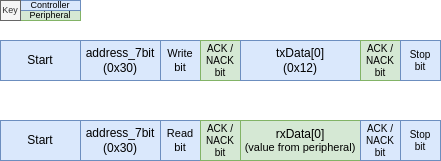
Above: docs/modules/peripherals/images/I2C_Controller_Transfer.png in AdamVeazey/edf (draw.io), before the change. Source tidied: cells renumbered, new cells last; positions are measured from the earlier drawing's top-left corner, leaving out a move shared by most shapes.
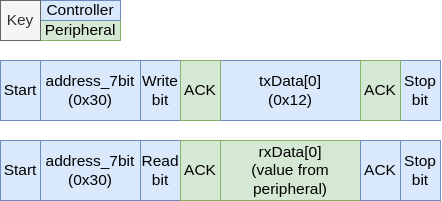
After the change.

The edit, as a diff of the source:
```diff
@@ -2,56 +2,56 @@
   <root>
     <mxCell id="0" />
     <mxCell id="1" parent="0" />
+    <mxCell id="8" value="txData[0]&lt;div style=&quot;font-size: 15.5px;&quot;&gt;(0x12)&lt;/div&gt;" style="rounded=0;whiteSpace=wrap;html=1;fillColor=#dae8fc;strokeColor=#6c8ebf;fontSize=15.5;" parent="1" vertex="1">
+      <mxGeometry x="220" y="60" width="140" height="60" as="geometry" />
+    </mxCell>
+    <mxCell id="14" value="rxData[0]&lt;div style=&quot;font-size: 15.5px;&quot;&gt;(value from peripheral)&lt;/div&gt;" style="rounded=0;whiteSpace=wrap;html=1;fillColor=#d5e8d4;strokeColor=#82b366;fontSize=15.5;" parent="1" vertex="1">
+      <mxGeometry x="220" y="140" width="140" height="60" as="geometry" />
+    </mxCell>
+    <mxCell id="16" value="Stop&lt;br style=&quot;font-size: 15.5px;&quot;&gt;bit" style="rounded=0;whiteSpace=wrap;html=1;fontSize=15.5;fillColor=#dae8fc;strokeColor=#6c8ebf;" parent="1" vertex="1">
+      <mxGeometry x="400" y="60" width="40" height="60" as="geometry" />
+    </mxCell>
-    <mxCell id="2" value="Peripheral" style="rounded=0;whiteSpace=wrap;html=1;fillColor=#d5e8d4;strokeColor=#82b366;fontSize=9;" parent="1" vertex="1">
-      <mxGeometry x="20" y="10" width="60" height="10" as="geometry" />
+    <mxCell id="2" value="Peripheral" style="rounded=0;whiteSpace=wrap;html=1;fillColor=#d5e8d4;strokeColor=#82b366;fontSize=15.5;fontFamily=Helvetica;labelBorderColor=none;" parent="1" vertex="1">
+      <mxGeometry x="40" y="20" width="80" height="20" as="geometry" />
     </mxCell>
-    <mxCell id="3" value="Controller" style="rounded=0;whiteSpace=wrap;html=1;fillColor=#dae8fc;strokeColor=#6c8ebf;fontSize=9;" parent="1" vertex="1">
-      <mxGeometry x="20" width="60" height="10" as="geometry" />
+    <mxCell id="3" value="Controller" style="rounded=0;whiteSpace=wrap;html=1;fillColor=#dae8fc;strokeColor=#6c8ebf;fontSize=15.5;fontFamily=Helvetica;labelBorderColor=none;" parent="1" vertex="1">
+      <mxGeometry x="40" width="80" height="20" as="geometry" />
     </mxCell>
-    <mxCell id="4" value="Start" style="rounded=0;whiteSpace=wrap;html=1;fillColor=#dae8fc;strokeColor=#6c8ebf;fontSize=12;" parent="1" vertex="1">
-      <mxGeometry y="40" width="80" height="40" as="geometry" />
-    </mxCell>
-    <mxCell id="5" value="address_7bit&lt;div&gt;(0x30)&lt;/div&gt;" style="rounded=0;whiteSpace=wrap;html=1;fillColor=#dae8fc;strokeColor=#6c8ebf;fontSize=12;" parent="1" vertex="1">
-      <mxGeometry x="80" y="40" width="80" height="40" as="geometry" />
-    </mxCell>
+    <mxCell id="18" value="Key" style="rounded=0;whiteSpace=wrap;html=1;fontSize=15.5;fillColor=#f5f5f5;fontColor=#333333;strokeColor=#666666;fontFamily=Helvetica;labelBorderColor=none;" parent="1" vertex="1">
+      <mxGeometry width="40" height="40" as="geometry" />
+    </mxCell>
+    <mxCell id="19" value="Start" style="rounded=0;whiteSpace=wrap;html=1;fillColor=#dae8fc;strokeColor=#6c8ebf;fontSize=15.5;fontFamily=Helvetica;labelBorderColor=none;" parent="1" vertex="1">
+      <mxGeometry y="60" width="40" height="60" as="geometry" />
+    </mxCell>
+    <mxCell id="20" value="address_7bit&lt;br style=&quot;font-size: 15.5px;&quot;&gt;(0x30)" style="rounded=0;whiteSpace=wrap;html=1;fillColor=#dae8fc;strokeColor=#6c8ebf;fontSize=15.5;" parent="1" vertex="1">
+      <mxGeometry x="40" y="60" width="100" height="60" as="geometry" />
+    </mxCell>
-    <mxCell id="6" value="Write bit" style="rounded=0;whiteSpace=wrap;html=1;fontSize=11;fillColor=#dae8fc;strokeColor=#6c8ebf;" parent="1" vertex="1">
-      <mxGeometry x="160" y="40" width="40" height="40" as="geometry" />
+    <mxCell id="6" value="Write bit" style="rounded=0;whiteSpace=wrap;html=1;fontSize=15.5;fillColor=#dae8fc;strokeColor=#6c8ebf;" parent="1" vertex="1">
+      <mxGeometry x="140" y="60" width="40" height="60" as="geometry" />
     </mxCell>
-    <mxCell id="7" value="ACK / NACK&lt;br style=&quot;font-size: 10px;&quot;&gt;bit" style="rounded=0;whiteSpace=wrap;html=1;fontSize=10;fillColor=#d5e8d4;strokeColor=#82b366;" parent="1" vertex="1">
-      <mxGeometry x="200" y="40" width="40" height="40" as="geometry" />
-    </mxCell>
-    <mxCell id="8" value="txData[0]&lt;div&gt;(0x12)&lt;/div&gt;" style="rounded=0;whiteSpace=wrap;html=1;fillColor=#dae8fc;strokeColor=#6c8ebf;fontSize=12;" parent="1" vertex="1">
-      <mxGeometry x="240" y="40" width="120" height="40" as="geometry" />
-    </mxCell>
-    <mxCell id="9" value="ACK / NACK&lt;br style=&quot;font-size: 10px;&quot;&gt;bit" style="rounded=0;whiteSpace=wrap;html=1;fontSize=10;fillColor=#d5e8d4;strokeColor=#82b366;" parent="1" vertex="1">
-      <mxGeometry x="360" y="40" width="40" height="40" as="geometry" />
-    </mxCell>
-    <mxCell id="10" value="Start" style="rounded=0;whiteSpace=wrap;html=1;fillColor=#dae8fc;strokeColor=#6c8ebf;fontSize=12;" parent="1" vertex="1">
-      <mxGeometry y="120" width="80" height="40" as="geometry" />
-    </mxCell>
-    <mxCell id="11" value="address_7bit&lt;div&gt;(0x30)&lt;br&gt;&lt;/div&gt;" style="rounded=0;whiteSpace=wrap;html=1;fillColor=#dae8fc;strokeColor=#6c8ebf;fontSize=12;" parent="1" vertex="1">
-      <mxGeometry x="80" y="120" width="80" height="40" as="geometry" />
-    </mxCell>
+    <mxCell id="21" value="ACK" style="rounded=0;whiteSpace=wrap;html=1;fontSize=15.5;fillColor=#d5e8d4;strokeColor=#82b366;fontFamily=Helvetica;labelBorderColor=none;" parent="1" vertex="1">
+      <mxGeometry x="180" y="60" width="40" height="60" as="geometry" />
+    </mxCell>
+    <mxCell id="22" value="ACK" style="rounded=0;whiteSpace=wrap;html=1;fontSize=15.5;fillColor=#d5e8d4;strokeColor=#82b366;fontFamily=Helvetica;labelBorderColor=none;" parent="1" vertex="1">
+      <mxGeometry x="360" y="60" width="40" height="60" as="geometry" />
+    </mxCell>
+    <mxCell id="23" value="Start" style="rounded=0;whiteSpace=wrap;html=1;fillColor=#dae8fc;strokeColor=#6c8ebf;fontSize=15.5;fontFamily=Helvetica;labelBorderColor=none;" parent="1" vertex="1">
+      <mxGeometry y="140" width="40" height="60" as="geometry" />
+    </mxCell>
+    <mxCell id="24" value="address_7bit&lt;br style=&quot;font-size: 15.5px;&quot;&gt;(0x30)" style="rounded=0;whiteSpace=wrap;html=1;fillColor=#dae8fc;strokeColor=#6c8ebf;fontSize=15.5;" parent="1" vertex="1">
+      <mxGeometry x="40" y="140" width="100" height="60" as="geometry" />
+    </mxCell>
-    <mxCell id="12" value="Read&lt;br&gt;bit" style="rounded=0;whiteSpace=wrap;html=1;fontSize=11;fillColor=#dae8fc;strokeColor=#6c8ebf;" parent="1" vertex="1">
-      <mxGeometry x="160" y="120" width="40" height="40" as="geometry" />
+    <mxCell id="12" value="Read&lt;br style=&quot;font-size: 15.5px;&quot;&gt;bit" style="rounded=0;whiteSpace=wrap;html=1;fontSize=15.5;fillColor=#dae8fc;strokeColor=#6c8ebf;" parent="1" vertex="1">
+      <mxGeometry x="140" y="140" width="40" height="60" as="geometry" />
     </mxCell>
-    <mxCell id="13" value="ACK / NACK&lt;br style=&quot;font-size: 10px;&quot;&gt;bit" style="rounded=0;whiteSpace=wrap;html=1;fontSize=10;fillColor=#d5e8d4;strokeColor=#82b366;" parent="1" vertex="1">
-      <mxGeometry x="200" y="120" width="40" height="40" as="geometry" />
-    </mxCell>
-    <mxCell id="14" value="rxData[0]&lt;div style=&quot;font-size: 11px;&quot;&gt;(value from peripheral)&lt;/div&gt;" style="rounded=0;whiteSpace=wrap;html=1;fillColor=#d5e8d4;strokeColor=#82b366;fontSize=12;" parent="1" vertex="1">
-      <mxGeometry x="240" y="120" width="120" height="40" as="geometry" />
-    </mxCell>
-    <mxCell id="15" value="ACK / NACK&lt;br style=&quot;font-size: 10px;&quot;&gt;bit" style="rounded=0;whiteSpace=wrap;html=1;fontSize=10;fillColor=#dae8fc;strokeColor=#6c8ebf;" parent="1" vertex="1">
-      <mxGeometry x="360" y="120" width="40" height="40" as="geometry" />
-    </mxCell>
-    <mxCell id="16" value="Stop&lt;br style=&quot;font-size: 10px;&quot;&gt;bit" style="rounded=0;whiteSpace=wrap;html=1;fontSize=10;fillColor=#dae8fc;strokeColor=#6c8ebf;" parent="1" vertex="1">
-      <mxGeometry x="400" y="40" width="40" height="40" as="geometry" />
-    </mxCell>
+    <mxCell id="25" value="ACK" style="rounded=0;whiteSpace=wrap;html=1;fontSize=15.5;fillColor=#d5e8d4;strokeColor=#82b366;fontFamily=Helvetica;labelBorderColor=none;" parent="1" vertex="1">
+      <mxGeometry x="180" y="140" width="40" height="60" as="geometry" />
+    </mxCell>
+    <mxCell id="26" value="ACK" style="rounded=0;whiteSpace=wrap;html=1;fontSize=15.5;fillColor=#dae8fc;strokeColor=#6c8ebf;fontFamily=Helvetica;labelBorderColor=none;" parent="1" vertex="1">
+      <mxGeometry x="360" y="140" width="40" height="60" as="geometry" />
+    </mxCell>
-    <mxCell id="17" value="Stop&lt;br style=&quot;font-size: 10px;&quot;&gt;bit" style="rounded=0;whiteSpace=wrap;html=1;fontSize=10;fillColor=#dae8fc;strokeColor=#6c8ebf;" parent="1" vertex="1">
-      <mxGeometry x="400" y="120" width="40" height="40" as="geometry" />
+    <mxCell id="17" value="Stop&lt;br style=&quot;font-size: 15.5px;&quot;&gt;bit" style="rounded=0;whiteSpace=wrap;html=1;fontSize=15.5;fillColor=#dae8fc;strokeColor=#6c8ebf;" parent="1" vertex="1">
+      <mxGeometry x="400" y="140" width="40" height="60" as="geometry" />
     </mxCell>
-    <mxCell id="18" value="Key" style="rounded=0;whiteSpace=wrap;html=1;fontSize=9;fillColor=#f5f5f5;fontColor=#333333;strokeColor=#666666;" parent="1" vertex="1">
-      <mxGeometry width="20" height="20" as="geometry" />
-    </mxCell>
   </root>
 </mxGraphModel>
```
